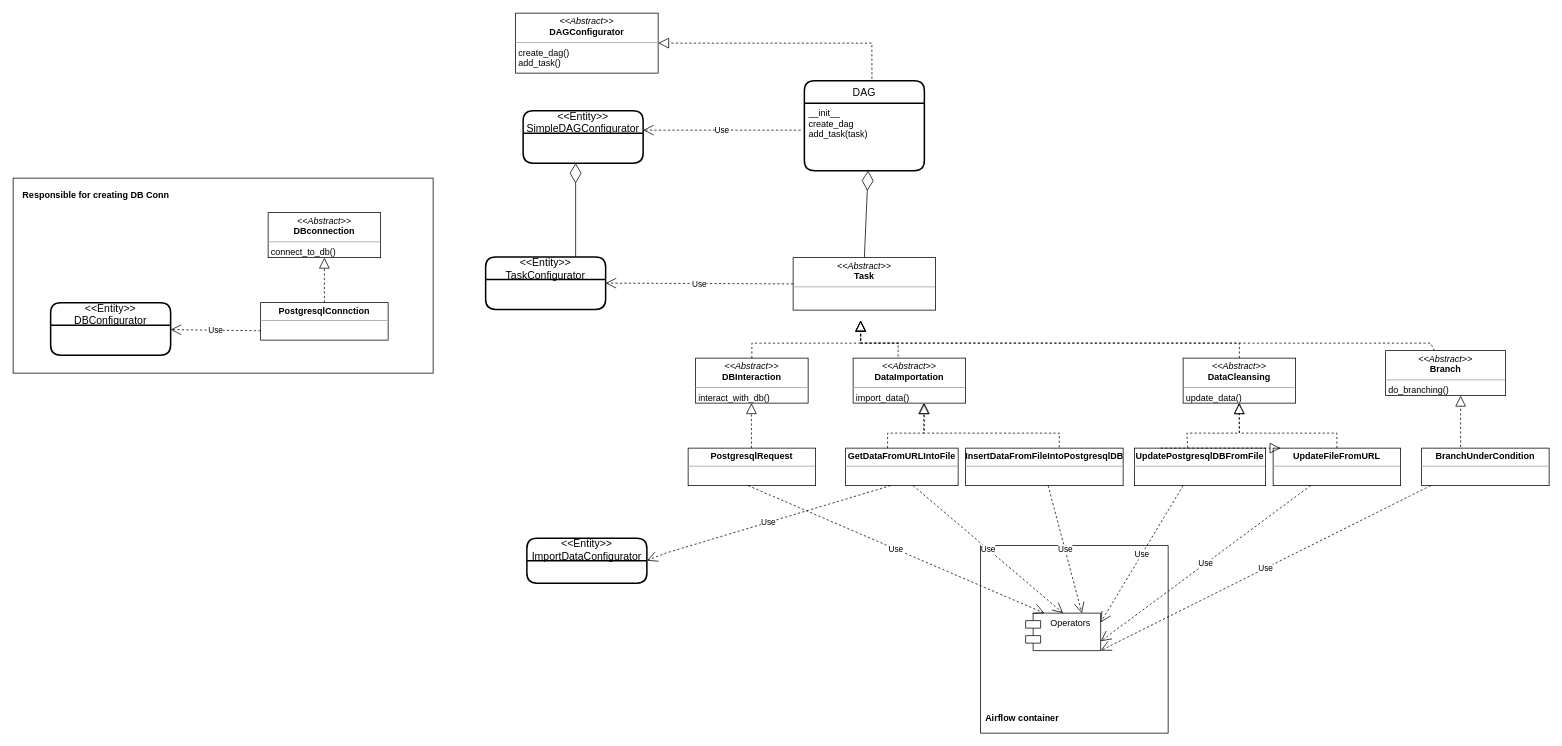
KadriR-hash/test-airflow keeps this draw.io diagram as fastapi class diag.drawio. Above is the earlier version. Source tidied: cells renumbered, new cells numbered last; positions are measured from the earlier drawing's top-left corner, leaving out a move shared by most shapes. Both pictures are drawn from the tidied source at 75%, with x=0, y=0 at pixel (13, 13).
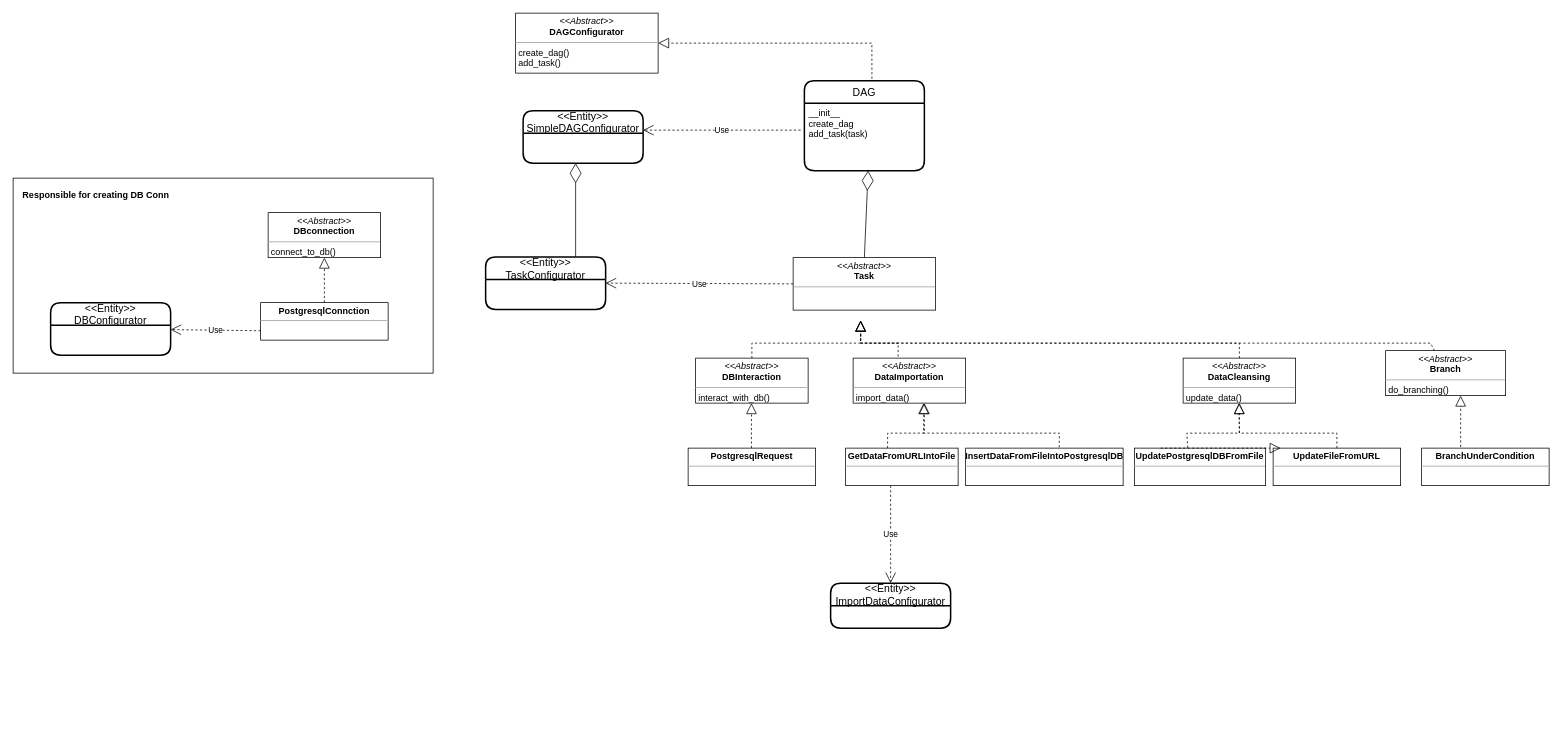
The same page after the edit.

Change to the diagram source:
```diff
@@
-    <mxCell id="3" value="&lt;br&gt;&lt;br&gt;&lt;br&gt;&lt;br&gt;" style="whiteSpace=wrap;html=1;" parent="1" vertex="1">
-      <mxGeometry x="1290" y="710" width="250" height="250" as="geometry" />
-    </mxCell>
@@
     <mxCell id="37" value="&lt;&lt;Entity&gt;&gt;&#10;ImportDataConfigurator" style="swimlane;horizontal=1;startSize=30;rounded=1;fontSize=14;fontStyle=0;strokeWidth=2;shadow=0;dashed=0;align=center;" parent="1" vertex="1">
-      <mxGeometry x="685" y="700" width="160" height="60" as="geometry" />
+      <mxGeometry x="1090" y="760" width="160" height="60" as="geometry" />
     </mxCell>
-    <mxCell id="38" value="Use" style="endArrow=open;endSize=12;dashed=1;html=1;rounded=0;exitX=0.002;exitY=0.58;exitDx=0;exitDy=0;entryX=1;entryY=0.5;entryDx=0;entryDy=0;exitPerimeter=0;" parent="1" edge="1" target="37">
+    <mxCell id="38" value="Use" style="endArrow=open;endSize=12;dashed=1;html=1;rounded=0;exitX=0.002;exitY=0.58;exitDx=0;exitDy=0;entryX=0.5;entryY=0;entryDx=0;entryDy=0;exitPerimeter=0;" parent="1" edge="1" target="37">
       <mxGeometry relative="1" as="geometry">
         <mxPoint x="1170" y="630" as="sourcePoint" />
         <Array as="points">
-          <mxPoint x="870" y="720" />
+          <mxPoint x="1170" y="710" />
         </Array>
       </mxGeometry>
     </mxCell>
@@
-    <mxCell id="43" value="Operators" style="shape=module;align=left;spacingLeft=20;align=center;verticalAlign=top;" parent="1" vertex="1">
-      <mxGeometry x="1350" y="800" width="100" height="50" as="geometry" />
-    </mxCell>
-    <mxCell id="44" value="Use" style="endArrow=open;endSize=12;dashed=1;html=1;rounded=0;entryX=0.25;entryY=0;entryDx=0;entryDy=0;" parent="1" edge="1" target="43">
-      <mxGeometry relative="1" as="geometry">
-        <mxPoint x="980" y="630" as="sourcePoint" />
-      </mxGeometry>
-    </mxCell>
-    <mxCell id="45" value="Use" style="endArrow=open;endSize=12;dashed=1;html=1;rounded=0;entryX=0.5;entryY=0;entryDx=0;entryDy=0;" parent="1" edge="1" target="43">
-      <mxGeometry relative="1" as="geometry">
-        <mxPoint x="1200" y="630" as="sourcePoint" />
-      </mxGeometry>
-    </mxCell>
-    <mxCell id="46" value="Use" style="endArrow=open;endSize=12;dashed=1;html=1;rounded=0;entryX=0.75;entryY=0;entryDx=0;entryDy=0;" parent="1" edge="1" target="43">
-      <mxGeometry relative="1" as="geometry">
-        <mxPoint x="1380" y="630" as="sourcePoint" />
-      </mxGeometry>
-    </mxCell>
-    <mxCell id="47" value="Use" style="endArrow=open;endSize=12;dashed=1;html=1;rounded=0;entryX=1;entryY=0.25;entryDx=0;entryDy=0;" parent="1" edge="1" target="43">
-      <mxGeometry relative="1" as="geometry">
-        <mxPoint x="1560" y="630" as="sourcePoint" />
-      </mxGeometry>
-    </mxCell>
-    <mxCell id="48" value="Use" style="endArrow=open;endSize=12;dashed=1;html=1;rounded=0;entryX=1;entryY=0.75;entryDx=0;entryDy=0;" parent="1" edge="1" target="43">
-      <mxGeometry relative="1" as="geometry">
-        <mxPoint x="1730" y="630" as="sourcePoint" />
-      </mxGeometry>
-    </mxCell>
-    <mxCell id="49" value="Use" style="endArrow=open;endSize=12;dashed=1;html=1;rounded=0;entryX=1;entryY=1;entryDx=0;entryDy=0;" parent="1" edge="1" target="43">
-      <mxGeometry relative="1" as="geometry">
-        <mxPoint x="1890" y="630" as="sourcePoint" />
-      </mxGeometry>
-    </mxCell>
-    <mxCell id="50" value="Airflow container" style="text;align=center;fontStyle=1;verticalAlign=middle;spacingLeft=3;spacingRight=3;strokeColor=none;html=1;" parent="1" vertex="1">
-      <mxGeometry x="1300" y="920" width="90" height="40" as="geometry" />
-    </mxCell>
```
